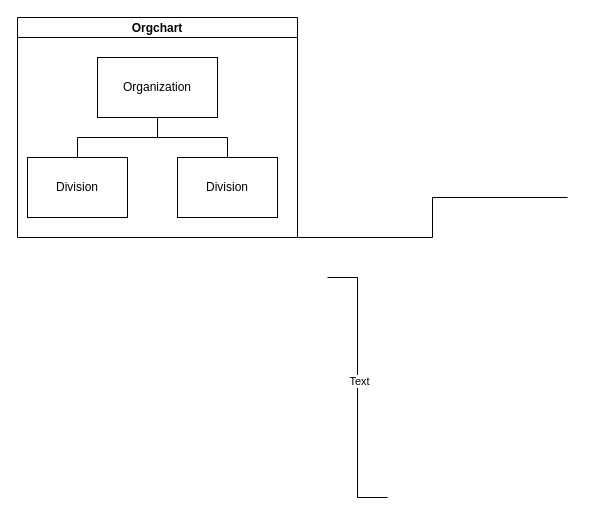
The draw.io diagram draw/nmbrs.drawio.xml in tobiaswutz/nx-nmbrs, before the edit. Source tidied: cells renumbered, new cells numbered last; positions are measured from the earlier drawing's top-left corner, leaving out a move shared by most shapes. Both pictures are drawn from the tidied source at 100%, with x=0, y=0 at pixel (17, 17).
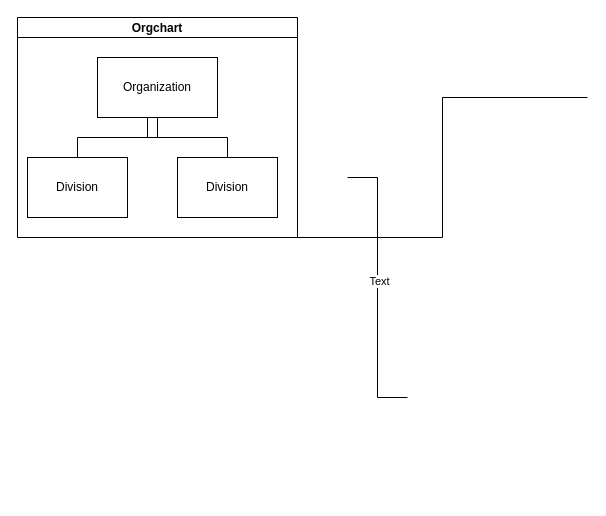
After the change.

Diff of the diagram source:
```diff
@@
 <mxGraphModel>
   <root>
     <mxCell id="0" />
     <mxCell id="1" parent="0" />
     <mxCell id="2" style="edgeStyle=elbowEdgeStyle;rounded=0;jettySize=auto;html=1;startArrow=none;endArrow=none;exitX=1;exitY=1;exitDx=0;exitDy=0;" parent="1" edge="1" source="5">
       <mxGeometry relative="1" as="geometry">
-        <mxPoint x="550" y="180" as="targetPoint" />
+        <mxPoint x="570" y="80" as="targetPoint" />
       </mxGeometry>
     </mxCell>
     <mxCell id="3" style="edgeStyle=elbowEdgeStyle;rounded=0;orthogonalLoop=1;jettySize=auto;html=1;startArrow=none;endArrow=none;" parent="1" edge="1">
       <mxGeometry relative="1" as="geometry">
-        <mxPoint x="370" y="480" as="sourcePoint" />
-        <mxPoint x="310" y="260" as="targetPoint" />
+        <mxPoint x="390" y="380" as="sourcePoint" />
+        <mxPoint x="330" y="160" as="targetPoint" />
         <Array as="points">
-          <mxPoint x="340" y="310" />
+          <mxPoint x="360" y="210" />
         </Array>
       </mxGeometry>
     </mxCell>
     <mxCell id="4" value="Text" style="edgeLabel;html=1;align=center;verticalAlign=middle;" parent="3" vertex="1">
       <mxGeometry x="0.05" y="-1" relative="1" as="geometry" />
     </mxCell>
     <mxCell id="5" value="Orgchart" style="swimlane;startSize=20;horizontal=1;containerType=tree;newEdgeStyle={&quot;edgeStyle&quot;:&quot;elbowEdgeStyle&quot;,&quot;startArrow&quot;:&quot;none&quot;,&quot;endArrow&quot;:&quot;none&quot;};" parent="1" vertex="1">
       <mxGeometry width="280" height="220" as="geometry" />
     </mxCell>
     <mxCell id="6" style="edgeStyle=elbowEdgeStyle;elbow=vertical;sourcePerimeterSpacing=0;targetPerimeterSpacing=0;startArrow=none;endArrow=none;rounded=0;curved=0;" parent="5" edge="1" source="8" target="9">
       <mxGeometry relative="1" as="geometry" />
     </mxCell>
     <mxCell id="7" style="edgeStyle=elbowEdgeStyle;elbow=vertical;sourcePerimeterSpacing=0;targetPerimeterSpacing=0;startArrow=none;endArrow=none;rounded=0;curved=0;" parent="5" edge="1" source="8" target="10">
       <mxGeometry relative="1" as="geometry" />
     </mxCell>
+    <mxCell id="11" style="edgeStyle=elbowEdgeStyle;rounded=0;jettySize=auto;html=1;startArrow=none;endArrow=none;exitX=0.5;exitY=1;exitDx=0;exitDy=0;" parent="5" edge="1" source="8">
+      <mxGeometry relative="1" as="geometry">
+        <mxPoint x="120" y="120" as="targetPoint" />
+      </mxGeometry>
+    </mxCell>
     <mxCell id="8" value="Organization" style="whiteSpace=wrap;html=1;align=center;newEdgeStyle={&quot;edgeStyle&quot;:&quot;elbowEdgeStyle&quot;,&quot;startArrow&quot;:&quot;none&quot;,&quot;endArrow&quot;:&quot;none&quot;};" parent="5" vertex="1">
       <mxGeometry x="80" y="40" width="120" height="60" as="geometry" />
     </mxCell>
     <mxCell id="9" value="Division" style="whiteSpace=wrap;html=1;align=center;verticalAlign=middle;newEdgeStyle={&quot;edgeStyle&quot;:&quot;elbowEdgeStyle&quot;,&quot;startArrow&quot;:&quot;none&quot;,&quot;endArrow&quot;:&quot;none&quot;};" parent="5" vertex="1">
       <mxGeometry x="10" y="140" width="100" height="60" as="geometry" />
     </mxCell>
     <mxCell id="10" value="Division" style="whiteSpace=wrap;html=1;align=center;verticalAlign=middle;newEdgeStyle={&quot;edgeStyle&quot;:&quot;elbowEdgeStyle&quot;,&quot;startArrow&quot;:&quot;none&quot;,&quot;endArrow&quot;:&quot;none&quot;};" parent="5" vertex="1">
       <mxGeometry x="160" y="140" width="100" height="60" as="geometry" />
     </mxCell>
   </root>
 </mxGraphModel>
```
